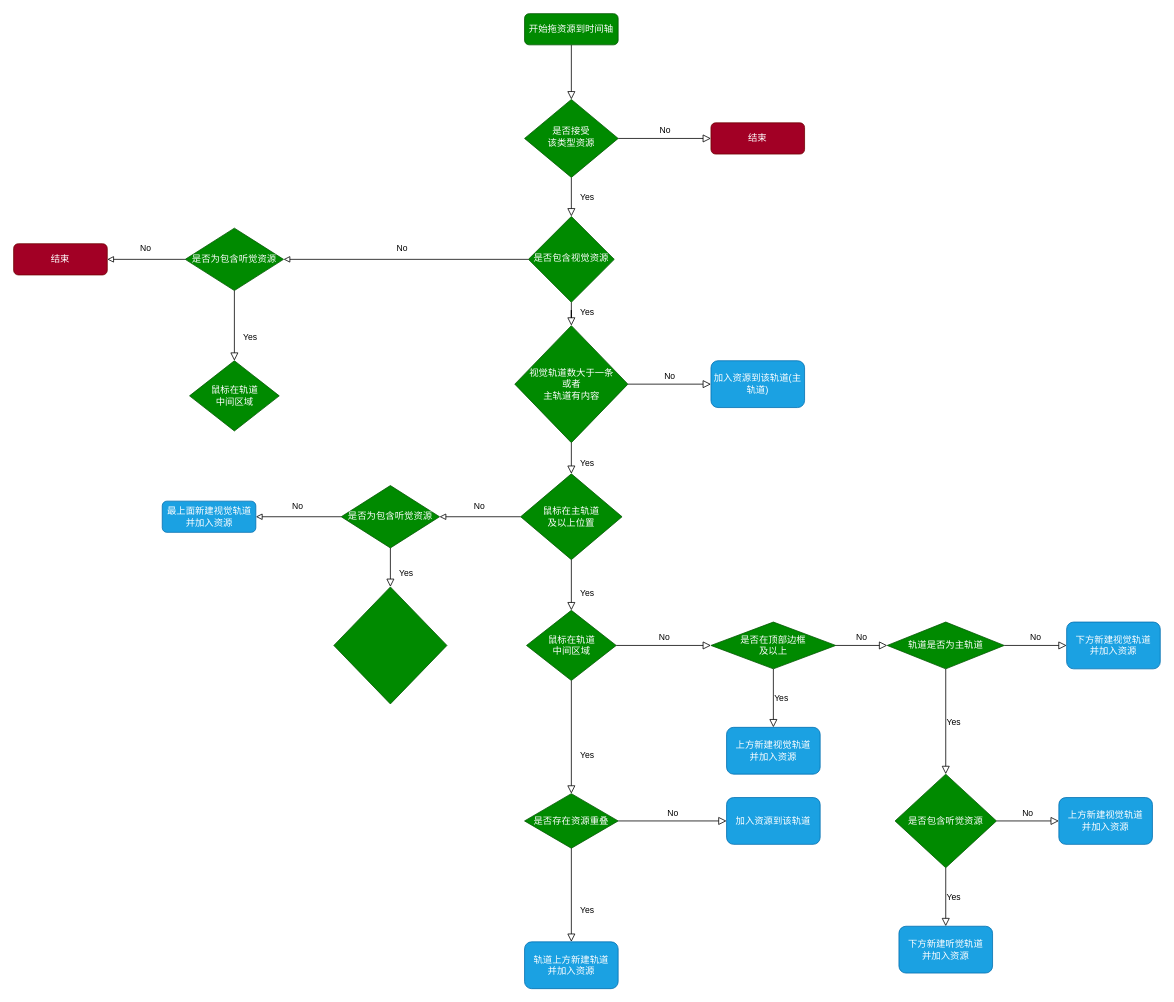
Earlier version of the draw.io diagram Untitled Diagram.drawio (macfanr/SliderView). Source tidied: cells renumbered, new cells numbered last; positions are measured from the earlier drawing's top-left corner, leaving out a move shared by most shapes. Both pictures are drawn from the tidied source at 78%, with x=0, y=0 at pixel (13, 13).
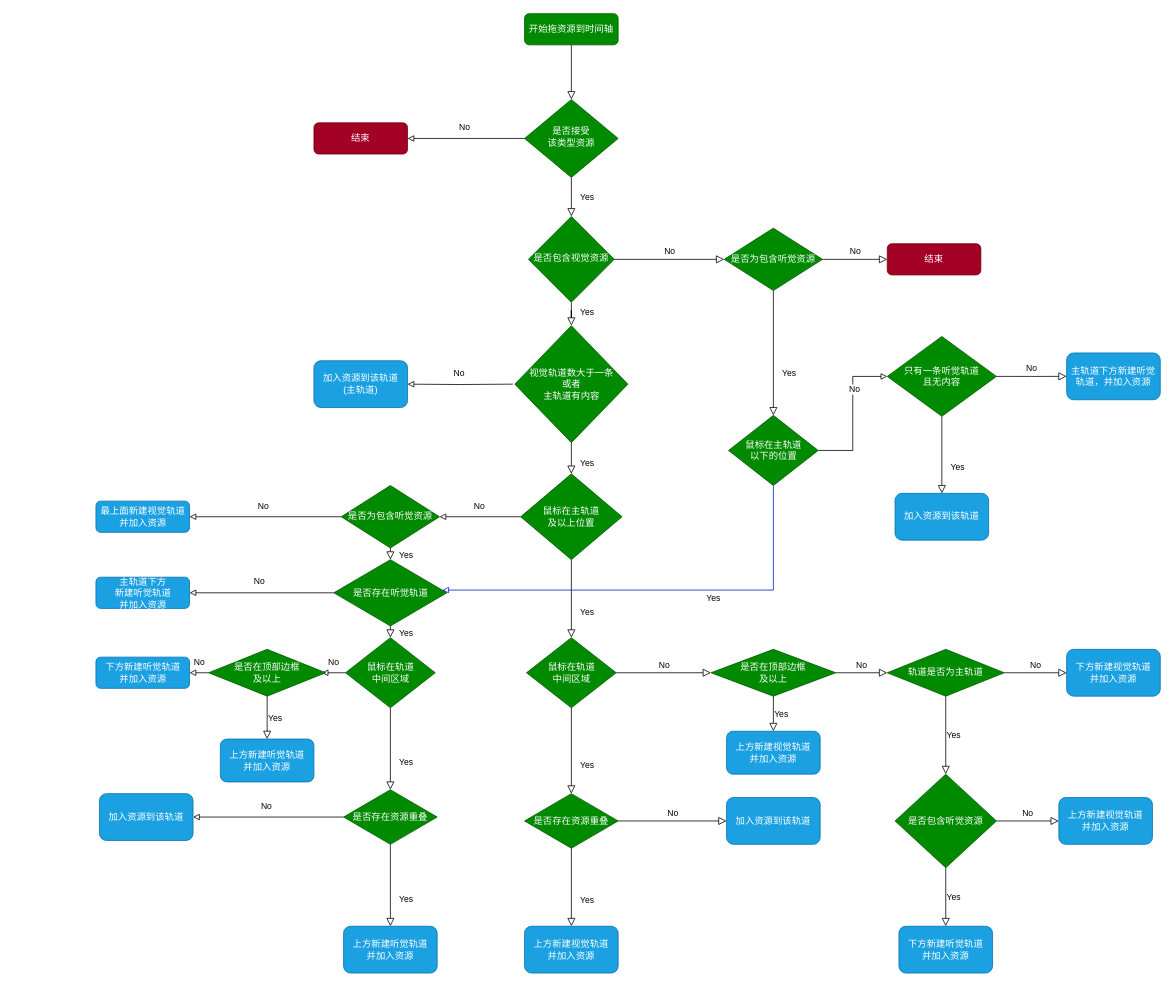
The same page after the edit.

Unchanged cells that the change refers to:
```xml
<mxCell id="6" value="是否接受&lt;br&gt;该类型资源" style="rhombus;whiteSpace=wrap;html=1;shadow=0;fontFamily=Helvetica;fontSize=12;align=center;strokeWidth=1;spacing=6;spacingTop=-4;fillColor=#008a00;fontColor=#ffffff;strokeColor=#005700;" parent="1" vertex="1">
  <mxGeometry x="655" y="110" width="120" height="100" as="geometry" />
</mxCell>
<mxCell id="9" value="是否包含视觉资源" style="rhombus;whiteSpace=wrap;html=1;shadow=0;fontFamily=Helvetica;fontSize=12;align=center;strokeWidth=1;spacing=6;spacingTop=-4;fillColor=#008a00;fontColor=#ffffff;strokeColor=#005700;" parent="1" vertex="1">
  <mxGeometry x="660" y="260" width="110" height="110" as="geometry" />
</mxCell>
<mxCell id="28" value="视觉轨道数大于一条&lt;br&gt;或者&lt;br&gt;主轨道有内容" style="rhombus;whiteSpace=wrap;html=1;rounded=0;fillColor=#008a00;fontColor=#ffffff;strokeColor=#005700;" parent="1" vertex="1">
  <mxGeometry x="642.5" y="400" width="145" height="150" as="geometry" />
</mxCell>
```

The edit, as a diff of the source:
```diff
@@
-    <mxCell id="5" value="No" style="edgeStyle=orthogonalEdgeStyle;rounded=0;html=1;jettySize=auto;fontSize=11;endArrow=block;endFill=0;endSize=8;strokeWidth=1;shadow=0;labelBackgroundColor=none;" parent="1" edge="1" source="6" target="7">
-      <mxGeometry y="10" relative="1" as="geometry" />
-    </mxCell>
@@
-    <mxCell id="7" value="结束" style="rounded=1;whiteSpace=wrap;html=1;fontSize=12;glass=0;strokeWidth=1;shadow=0;fillColor=#a20025;fontColor=#ffffff;strokeColor=#6F0000;" parent="1" vertex="1">
-      <mxGeometry x="894" y="140" width="120" height="40" as="geometry" />
-    </mxCell>
@@
     <mxCell id="13" value="鼠标在轨道&lt;br&gt;中间区域" style="rhombus;whiteSpace=wrap;html=1;rounded=0;fillColor=#008a00;fontColor=#ffffff;strokeColor=#005700;" parent="1" vertex="1">
-      <mxGeometry x="657.5" y="765" width="115" height="90" as="geometry" />
+      <mxGeometry x="657.5" y="800" width="115" height="90" as="geometry" />
     </mxCell>
@@
-    <mxCell id="18" value="轨道上方新建轨道&lt;br&gt;并加入资源" style="whiteSpace=wrap;html=1;rounded=1;glass=0;strokeWidth=1;shadow=0;fillColor=#1ba1e2;fontColor=#ffffff;strokeColor=#006EAF;" parent="1" vertex="1">
-      <mxGeometry x="655" y="1190" width="120" height="60" as="geometry" />
+    <mxCell id="18" value="上方新建视觉轨道&lt;br&gt;并加入资源" style="whiteSpace=wrap;html=1;rounded=1;glass=0;strokeWidth=1;shadow=0;fillColor=#1ba1e2;fontColor=#ffffff;strokeColor=#006EAF;" parent="1" vertex="1">
+      <mxGeometry x="655" y="1170" width="120" height="60" as="geometry" />
     </mxCell>
     <mxCell id="19" value="是否在顶部边框&lt;br&gt;及以上" style="rhombus;whiteSpace=wrap;html=1;rounded=0;fillColor=#008a00;fontColor=#ffffff;strokeColor=#005700;" parent="1" vertex="1">
-      <mxGeometry x="894" y="780" width="160" height="60" as="geometry" />
+      <mxGeometry x="894" y="815" width="160" height="60" as="geometry" />
     </mxCell>
@@
     <mxCell id="21" value="上方新建视觉轨道&lt;br&gt;并加入资源" style="whiteSpace=wrap;html=1;rounded=1;glass=0;strokeWidth=1;shadow=0;fillColor=#1ba1e2;fontColor=#ffffff;strokeColor=#006EAF;" parent="1" vertex="1">
-      <mxGeometry x="914" y="915" width="120" height="60" as="geometry" />
+      <mxGeometry x="914" y="920" width="120" height="55" as="geometry" />
     </mxCell>
@@
     <mxCell id="24" value="轨道是否为主轨道" style="rhombus;whiteSpace=wrap;html=1;rounded=0;fillColor=#008a00;fontColor=#ffffff;strokeColor=#005700;" parent="1" vertex="1">
-      <mxGeometry x="1120" y="780" width="150" height="60" as="geometry" />
+      <mxGeometry x="1120" y="815" width="150" height="60" as="geometry" />
     </mxCell>
@@
     <mxCell id="26" value="下方新建视觉轨道&lt;br&gt;并加入资源" style="whiteSpace=wrap;html=1;rounded=1;fillColor=#1ba1e2;fontColor=#ffffff;strokeColor=#006EAF;" parent="1" vertex="1">
-      <mxGeometry x="1350" y="780" width="120" height="60" as="geometry" />
+      <mxGeometry x="1350" y="815" width="120" height="60" as="geometry" />
     </mxCell>
@@
-    <mxCell id="30" value="加入资源到该轨道(主轨道)" style="rounded=1;whiteSpace=wrap;html=1;fillColor=#1ba1e2;fontColor=#ffffff;strokeColor=#006EAF;" parent="1" vertex="1">
-      <mxGeometry x="894" y="445" width="120" height="60" as="geometry" />
-    </mxCell>
-    <mxCell id="31" value="No" style="edgeStyle=orthogonalEdgeStyle;rounded=0;html=1;jettySize=auto;fontSize=11;endArrow=block;endFill=0;endSize=8;strokeWidth=1;shadow=0;labelBackgroundColor=none;exitX=1;exitY=0.5;exitDx=0;exitDy=0;entryX=0;entryY=0.5;entryDx=0;entryDy=0;" parent="1" edge="1" source="28" target="30">
-      <mxGeometry y="10" relative="1" as="geometry" />
-    </mxCell>
@@
-    <mxCell id="35" value="是否为包含听觉资源" style="rhombus;whiteSpace=wrap;html=1;fillColor=#008a00;strokeColor=#005700;fontColor=#ffffff;" parent="1" vertex="1">
-      <mxGeometry x="220" y="275" width="126" height="80" as="geometry" />
-    </mxCell>
-    <mxCell id="36" style="edgeStyle=orthogonalEdgeStyle;rounded=0;jettySize=auto;html=1;entryX=1;entryY=0.5;entryDx=0;entryDy=0;endArrow=block;endFill=0;exitX=0;exitY=0.5;exitDx=0;exitDy=0;" parent="1" edge="1" source="9" target="35">
-      <mxGeometry relative="1" as="geometry" />
-    </mxCell>
-    <mxCell id="37" value="No" style="edgeLabel;html=1;align=center;verticalAlign=middle;" parent="36" vertex="1">
-      <mxGeometry x="0.04" y="-1" relative="1" as="geometry">
-        <mxPoint y="-14" as="offset" />
-      </mxGeometry>
-    </mxCell>
-    <mxCell id="38" value="Yes" style="rounded=0;html=1;jettySize=auto;fontSize=11;endArrow=block;endFill=0;endSize=8;strokeWidth=1;shadow=0;labelBackgroundColor=none;edgeStyle=orthogonalEdgeStyle;exitX=0.5;exitY=1;exitDx=0;exitDy=0;entryX=0.5;entryY=0;entryDx=0;entryDy=0;" parent="1" edge="1" source="35" target="39">
-      <mxGeometry x="0.33" y="20" relative="1" as="geometry" />
-    </mxCell>
-    <mxCell id="39" value="鼠标在轨道&lt;br&gt;中间区域" style="rhombus;whiteSpace=wrap;html=1;rounded=0;fillColor=#008a00;fontColor=#ffffff;strokeColor=#005700;" parent="1" vertex="1">
-      <mxGeometry x="225.5" y="445" width="115" height="90" as="geometry" />
-    </mxCell>
-    <mxCell id="40" style="edgeStyle=orthogonalEdgeStyle;rounded=0;jettySize=auto;html=1;entryX=1;entryY=0.5;entryDx=0;entryDy=0;endArrow=block;endFill=0;exitX=0;exitY=0.5;exitDx=0;exitDy=0;" parent="1" edge="1" source="35" target="42">
-      <mxGeometry relative="1" as="geometry" />
-    </mxCell>
-    <mxCell id="41" value="No" style="edgeLabel;html=1;align=center;verticalAlign=middle;" parent="40" vertex="1">
-      <mxGeometry x="0.04" y="-1" relative="1" as="geometry">
-        <mxPoint y="-14" as="offset" />
-      </mxGeometry>
-    </mxCell>
-    <mxCell id="42" value="结束" style="rounded=1;whiteSpace=wrap;html=1;fontSize=12;glass=0;strokeWidth=1;shadow=0;fillColor=#a20025;fontColor=#ffffff;strokeColor=#6F0000;" parent="1" vertex="1">
-      <mxGeometry y="295" width="120" height="40" as="geometry" />
-    </mxCell>
@@
-    <mxCell id="44" style="rhombus;whiteSpace=wrap;html=1;rounded=0;fillColor=#008a00;fontColor=#ffffff;strokeColor=#005700;" parent="1" vertex="1">
-      <mxGeometry x="410.5" y="735" width="145" height="150" as="geometry" />
+    <mxCell id="44" value="是否存在听觉轨道" style="rhombus;whiteSpace=wrap;html=1;fillColor=#008a00;strokeColor=#005700;fontColor=#ffffff;" parent="1" vertex="1">
+      <mxGeometry x="410.5" y="700" width="145" height="85" as="geometry" />
     </mxCell>
@@
     <mxCell id="47" value="最上面新建视觉轨道&lt;br&gt;并加入资源" style="rounded=1;whiteSpace=wrap;html=1;fontSize=12;glass=0;strokeWidth=1;shadow=0;fillColor=#1ba1e2;fontColor=#ffffff;strokeColor=#006EAF;" parent="1" vertex="1">
-      <mxGeometry x="190.5" y="625" width="120" height="40" as="geometry" />
+      <mxGeometry x="105.5" y="625" width="120" height="40" as="geometry" />
     </mxCell>
@@
+    <mxCell id="53" style="edgeStyle=orthogonalEdgeStyle;rounded=0;jettySize=auto;html=1;entryX=1;entryY=0.5;entryDx=0;entryDy=0;endArrow=block;endFill=0;" parent="1" edge="1" source="44" target="55">
+      <mxGeometry relative="1" as="geometry" />
+    </mxCell>
+    <mxCell id="54" value="No" style="edgeLabel;html=1;align=center;verticalAlign=middle;" parent="53" vertex="1">
+      <mxGeometry x="0.04" y="-1" relative="1" as="geometry">
+        <mxPoint y="-14" as="offset" />
+      </mxGeometry>
+    </mxCell>
+    <mxCell id="55" value="主轨道下方&lt;br&gt;新建听觉轨道&lt;br&gt;并加入资源" style="rounded=1;whiteSpace=wrap;html=1;fontSize=12;glass=0;strokeWidth=1;shadow=0;fillColor=#1ba1e2;fontColor=#ffffff;strokeColor=#006EAF;" parent="1" vertex="1">
+      <mxGeometry x="105.5" y="722.5" width="120" height="40" as="geometry" />
+    </mxCell>
+    <mxCell id="56" value="Yes" style="rounded=0;html=1;jettySize=auto;fontSize=11;endArrow=block;endFill=0;endSize=8;strokeWidth=1;shadow=0;labelBackgroundColor=none;edgeStyle=orthogonalEdgeStyle;exitX=0.5;exitY=1;exitDx=0;exitDy=0;entryX=0.5;entryY=0;entryDx=0;entryDy=0;" parent="1" edge="1" source="44" target="39">
+      <mxGeometry x="0.33" y="20" relative="1" as="geometry" />
+    </mxCell>
+    <mxCell id="39" value="鼠标在轨道&lt;br&gt;中间区域" style="rhombus;whiteSpace=wrap;html=1;fillColor=#008a00;strokeColor=#005700;fontColor=#ffffff;" parent="1" vertex="1">
+      <mxGeometry x="425.5" y="800" width="115" height="90" as="geometry" />
+    </mxCell>
+    <mxCell id="57" value="上方新建听觉轨道&lt;br&gt;并加入资源" style="whiteSpace=wrap;html=1;rounded=1;glass=0;strokeWidth=1;shadow=0;fillColor=#1ba1e2;fontColor=#ffffff;strokeColor=#006EAF;" parent="1" vertex="1">
+      <mxGeometry x="423" y="1170" width="120" height="60" as="geometry" />
+    </mxCell>
+    <mxCell id="58" value="Yes" style="rounded=0;html=1;jettySize=auto;fontSize=11;endArrow=block;endFill=0;endSize=8;strokeWidth=1;shadow=0;labelBackgroundColor=none;edgeStyle=orthogonalEdgeStyle;entryX=0.5;entryY=0;entryDx=0;entryDy=0;exitX=0.5;exitY=1;exitDx=0;exitDy=0;" parent="1" edge="1" source="59" target="57">
+      <mxGeometry x="0.33" y="20" relative="1" as="geometry" />
+    </mxCell>
+    <mxCell id="59" value="是否存在资源重叠" style="rhombus;whiteSpace=wrap;html=1;rounded=0;fillColor=#008a00;fontColor=#ffffff;strokeColor=#005700;" parent="1" vertex="1">
+      <mxGeometry x="423" y="995" width="120" height="70" as="geometry" />
+    </mxCell>
+    <mxCell id="60" value="Yes" style="rounded=0;html=1;jettySize=auto;fontSize=11;endArrow=block;endFill=0;endSize=8;strokeWidth=1;shadow=0;labelBackgroundColor=none;edgeStyle=orthogonalEdgeStyle;exitX=0.5;exitY=1;exitDx=0;exitDy=0;entryX=0.5;entryY=0;entryDx=0;entryDy=0;" parent="1" edge="1" source="39" target="59">
+      <mxGeometry x="0.33" y="20" relative="1" as="geometry" />
+    </mxCell>
+    <mxCell id="61" value="加入资源到该轨道" style="whiteSpace=wrap;html=1;rounded=1;glass=0;strokeWidth=1;shadow=0;fillColor=#1ba1e2;fontColor=#ffffff;strokeColor=#006EAF;" parent="1" vertex="1">
+      <mxGeometry x="110" y="1000" width="120" height="60" as="geometry" />
+    </mxCell>
+    <mxCell id="62" style="edgeStyle=orthogonalEdgeStyle;rounded=0;jettySize=auto;html=1;entryX=1;entryY=0.5;entryDx=0;entryDy=0;endArrow=block;endFill=0;exitX=0;exitY=0.5;exitDx=0;exitDy=0;" parent="1" edge="1" source="59" target="61">
+      <mxGeometry relative="1" as="geometry" />
+    </mxCell>
+    <mxCell id="63" value="No" style="edgeLabel;html=1;align=center;verticalAlign=middle;" parent="62" vertex="1">
+      <mxGeometry x="0.04" y="-1" relative="1" as="geometry">
+        <mxPoint y="-14" as="offset" />
+      </mxGeometry>
+    </mxCell>
+    <mxCell id="64" style="edgeStyle=orthogonalEdgeStyle;rounded=0;jettySize=auto;html=1;entryX=0.966;entryY=0.5;entryDx=0;entryDy=0;endArrow=block;endFill=0;exitX=0;exitY=0.5;exitDx=0;exitDy=0;entryPerimeter=0;" parent="1" edge="1" source="39" target="66">
+      <mxGeometry relative="1" as="geometry" />
+    </mxCell>
+    <mxCell id="65" value="No" style="edgeLabel;html=1;align=center;verticalAlign=middle;" parent="64" vertex="1">
+      <mxGeometry x="0.04" y="-1" relative="1" as="geometry">
+        <mxPoint y="-14" as="offset" />
+      </mxGeometry>
+    </mxCell>
+    <mxCell id="66" value="是否在顶部边框&lt;br&gt;及以上" style="rhombus;whiteSpace=wrap;html=1;rounded=0;fillColor=#008a00;fontColor=#ffffff;strokeColor=#005700;" parent="1" vertex="1">
+      <mxGeometry x="250" y="815" width="150" height="60" as="geometry" />
+    </mxCell>
+    <mxCell id="67" value="上方新建听觉轨道&lt;br&gt;并加入资源" style="whiteSpace=wrap;html=1;rounded=1;glass=0;strokeWidth=1;shadow=0;fillColor=#1ba1e2;fontColor=#ffffff;strokeColor=#006EAF;" parent="1" vertex="1">
+      <mxGeometry x="265" y="930" width="120" height="55" as="geometry" />
+    </mxCell>
+    <mxCell id="68" value="Yes" style="edgeStyle=orthogonalEdgeStyle;rounded=0;html=1;jettySize=auto;fontSize=11;endArrow=block;endFill=0;endSize=8;strokeWidth=1;shadow=0;labelBackgroundColor=none;entryX=0.5;entryY=0;entryDx=0;entryDy=0;exitX=0.5;exitY=1;exitDx=0;exitDy=0;" parent="1" edge="1" source="66" target="67">
+      <mxGeometry y="10" relative="1" as="geometry" />
+    </mxCell>
+    <mxCell id="69" style="edgeStyle=orthogonalEdgeStyle;rounded=0;jettySize=auto;html=1;endArrow=block;endFill=0;exitX=0;exitY=0.5;exitDx=0;exitDy=0;entryX=1;entryY=0.5;entryDx=0;entryDy=0;" parent="1" edge="1" source="66" target="71">
+      <mxGeometry relative="1" as="geometry" />
+    </mxCell>
+    <mxCell id="70" value="No" style="edgeLabel;html=1;align=center;verticalAlign=middle;" parent="69" vertex="1">
+      <mxGeometry x="0.04" y="-1" relative="1" as="geometry">
+        <mxPoint y="-14" as="offset" />
+      </mxGeometry>
+    </mxCell>
+    <mxCell id="71" value="下方新建听觉轨道&lt;br&gt;并加入资源" style="rounded=1;whiteSpace=wrap;html=1;fontSize=12;glass=0;strokeWidth=1;shadow=0;fillColor=#1ba1e2;fontColor=#ffffff;strokeColor=#006EAF;" parent="1" vertex="1">
+      <mxGeometry x="105.5" y="825" width="120" height="40" as="geometry" />
+    </mxCell>
+    <mxCell id="35" value="是否为包含听觉资源" style="rhombus;whiteSpace=wrap;html=1;fillColor=#008a00;strokeColor=#005700;fontColor=#ffffff;" parent="1" vertex="1">
+      <mxGeometry x="911" y="275" width="126" height="80" as="geometry" />
+    </mxCell>
+    <mxCell id="36" value="No" style="edgeStyle=orthogonalEdgeStyle;rounded=0;html=1;jettySize=auto;fontSize=11;endArrow=block;endFill=0;endSize=8;strokeWidth=1;shadow=0;labelBackgroundColor=none;exitX=1;exitY=0.5;exitDx=0;exitDy=0;entryX=0;entryY=0.5;entryDx=0;entryDy=0;" parent="1" edge="1" source="9" target="35">
+      <mxGeometry y="10" relative="1" as="geometry" />
+    </mxCell>
+    <mxCell id="72" value="结束" style="rounded=1;whiteSpace=wrap;html=1;fontSize=12;glass=0;strokeWidth=1;shadow=0;fillColor=#a20025;fontColor=#ffffff;strokeColor=#6F0000;" parent="1" vertex="1">
+      <mxGeometry x="1120" y="295" width="120" height="40" as="geometry" />
+    </mxCell>
+    <mxCell id="73" value="No" style="edgeStyle=orthogonalEdgeStyle;rounded=0;html=1;jettySize=auto;fontSize=11;endArrow=block;endFill=0;endSize=8;strokeWidth=1;shadow=0;labelBackgroundColor=none;exitX=1;exitY=0.5;exitDx=0;exitDy=0;entryX=0;entryY=0.5;entryDx=0;entryDy=0;" parent="1" edge="1" source="35" target="72">
+      <mxGeometry y="10" relative="1" as="geometry" />
+    </mxCell>
+    <mxCell id="74" value="Yes" style="rounded=0;html=1;jettySize=auto;fontSize=11;endArrow=block;endFill=0;endSize=8;strokeWidth=1;shadow=0;labelBackgroundColor=none;edgeStyle=orthogonalEdgeStyle;exitX=0.5;exitY=1;exitDx=0;exitDy=0;entryX=0.5;entryY=0;entryDx=0;entryDy=0;" parent="1" edge="1" source="35" target="79">
+      <mxGeometry x="0.33" y="20" relative="1" as="geometry" />
+    </mxCell>
+    <mxCell id="75" style="edgeStyle=orthogonalEdgeStyle;rounded=0;jettySize=auto;html=1;endArrow=block;endFill=0;" parent="1" edge="1" source="79" target="86">
+      <mxGeometry relative="1" as="geometry" />
+    </mxCell>
+    <mxCell id="76" value="No" style="edgeLabel;html=1;align=center;verticalAlign=middle;" parent="75" vertex="1">
+      <mxGeometry x="0.16" y="-2" relative="1" as="geometry">
+        <mxPoint y="-17" as="offset" />
+      </mxGeometry>
+    </mxCell>
+    <mxCell id="77" style="edgeStyle=orthogonalEdgeStyle;rounded=0;jettySize=auto;html=1;endArrow=block;endFill=0;fillColor=#0050ef;strokeColor=#001DBC;exitX=0.5;exitY=1;exitDx=0;exitDy=0;" parent="1" edge="1" source="79" target="44">
+      <mxGeometry relative="1" as="geometry">
+        <Array as="points">
+          <mxPoint x="974" y="739" />
+        </Array>
+      </mxGeometry>
+    </mxCell>
+    <mxCell id="78" value="Yes" style="edgeLabel;html=1;align=center;verticalAlign=middle;" parent="77" vertex="1">
+      <mxGeometry x="-0.19" y="2" relative="1" as="geometry">
+        <mxPoint x="14" y="7" as="offset" />
+      </mxGeometry>
+    </mxCell>
+    <mxCell id="79" value="鼠标在主轨道&lt;br&gt;以下的位置" style="rhombus;whiteSpace=wrap;html=1;rounded=0;fillColor=#008a00;fontColor=#ffffff;strokeColor=#005700;" parent="1" vertex="1">
+      <mxGeometry x="916.5" y="515" width="115" height="90" as="geometry" />
+    </mxCell>
+    <mxCell id="80" value="结束" style="rounded=1;whiteSpace=wrap;html=1;fontSize=12;glass=0;strokeWidth=1;shadow=0;fillColor=#a20025;fontColor=#ffffff;strokeColor=#6F0000;" parent="1" vertex="1">
+      <mxGeometry x="385" y="140" width="120" height="40" as="geometry" />
+    </mxCell>
+    <mxCell id="81" style="edgeStyle=orthogonalEdgeStyle;rounded=0;jettySize=auto;html=1;endArrow=block;endFill=0;exitX=0;exitY=0.5;exitDx=0;exitDy=0;entryX=1;entryY=0.5;entryDx=0;entryDy=0;" parent="1" edge="1" source="6" target="80">
+      <mxGeometry relative="1" as="geometry" />
+    </mxCell>
+    <mxCell id="82" value="No" style="edgeLabel;html=1;align=center;verticalAlign=middle;" parent="81" vertex="1">
+      <mxGeometry x="0.04" y="-1" relative="1" as="geometry">
+        <mxPoint y="-14" as="offset" />
+      </mxGeometry>
+    </mxCell>
+    <mxCell id="83" value="加入资源到该轨道&lt;br&gt;(主轨道)" style="rounded=1;whiteSpace=wrap;html=1;fillColor=#1ba1e2;fontColor=#ffffff;strokeColor=#006EAF;" parent="1" vertex="1">
+      <mxGeometry x="385" y="445" width="120" height="60" as="geometry" />
+    </mxCell>
+    <mxCell id="84" style="edgeStyle=orthogonalEdgeStyle;rounded=0;jettySize=auto;html=1;entryX=1;entryY=0.5;entryDx=0;entryDy=0;endArrow=block;endFill=0;" parent="1" edge="1" target="83">
+      <mxGeometry relative="1" as="geometry">
+        <mxPoint x="640" y="475" as="sourcePoint" />
+      </mxGeometry>
+    </mxCell>
+    <mxCell id="85" value="No" style="edgeLabel;html=1;align=center;verticalAlign=middle;" parent="84" vertex="1">
+      <mxGeometry x="0.04" y="-1" relative="1" as="geometry">
+        <mxPoint y="-14" as="offset" />
+      </mxGeometry>
+    </mxCell>
+    <mxCell id="86" value="只有一条听觉轨道&lt;br&gt;且无内容" style="rhombus;whiteSpace=wrap;html=1;fillColor=#008a00;strokeColor=#005700;fontColor=#ffffff;rounded=0;" parent="1" vertex="1">
+      <mxGeometry x="1120" y="413.8" width="140" height="102.5" as="geometry" />
+    </mxCell>
+    <mxCell id="87" value="加入资源到该轨道" style="whiteSpace=wrap;html=1;rounded=1;fillColor=#1ba1e2;fontColor=#ffffff;strokeColor=#006EAF;" parent="1" vertex="1">
+      <mxGeometry x="1130" y="615" width="120" height="60" as="geometry" />
+    </mxCell>
+    <mxCell id="88" value="主轨道下方新建听觉轨道，并加入资源" style="whiteSpace=wrap;html=1;rounded=1;fillColor=#1ba1e2;fontColor=#ffffff;strokeColor=#006EAF;" parent="1" vertex="1">
+      <mxGeometry x="1350" y="435" width="120" height="60" as="geometry" />
+    </mxCell>
+    <mxCell id="89" value="No" style="edgeStyle=orthogonalEdgeStyle;rounded=0;html=1;jettySize=auto;fontSize=11;endArrow=block;endFill=0;endSize=8;strokeWidth=1;shadow=0;labelBackgroundColor=none;exitX=1;exitY=0.5;exitDx=0;exitDy=0;entryX=0;entryY=0.5;entryDx=0;entryDy=0;" parent="1" edge="1" source="86" target="88">
+      <mxGeometry y="10" relative="1" as="geometry" />
+    </mxCell>
+    <mxCell id="90" value="Yes" style="rounded=0;html=1;jettySize=auto;fontSize=11;endArrow=block;endFill=0;endSize=8;strokeWidth=1;shadow=0;labelBackgroundColor=none;edgeStyle=orthogonalEdgeStyle;exitX=0.5;exitY=1;exitDx=0;exitDy=0;" parent="1" edge="1" source="86" target="87">
+      <mxGeometry x="0.33" y="20" relative="1" as="geometry" />
+    </mxCell>
```
